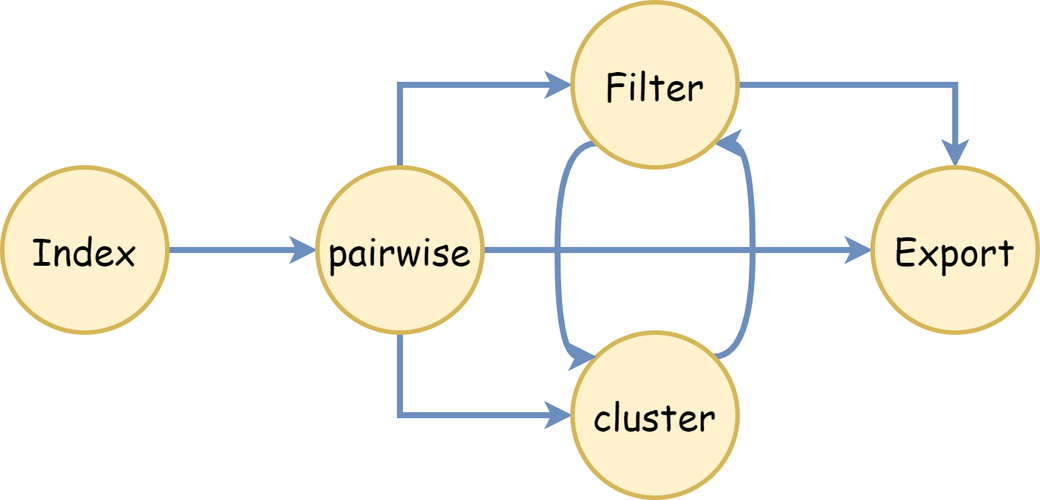
Before: docs/usage/dbretina_chain.png, a diagram exported from draw.io (DBRetina/docs). Source tidied: cells renumbered, new cells last; positions are measured from the earlier drawing's top-left corner, leaving out a move shared by most shapes.
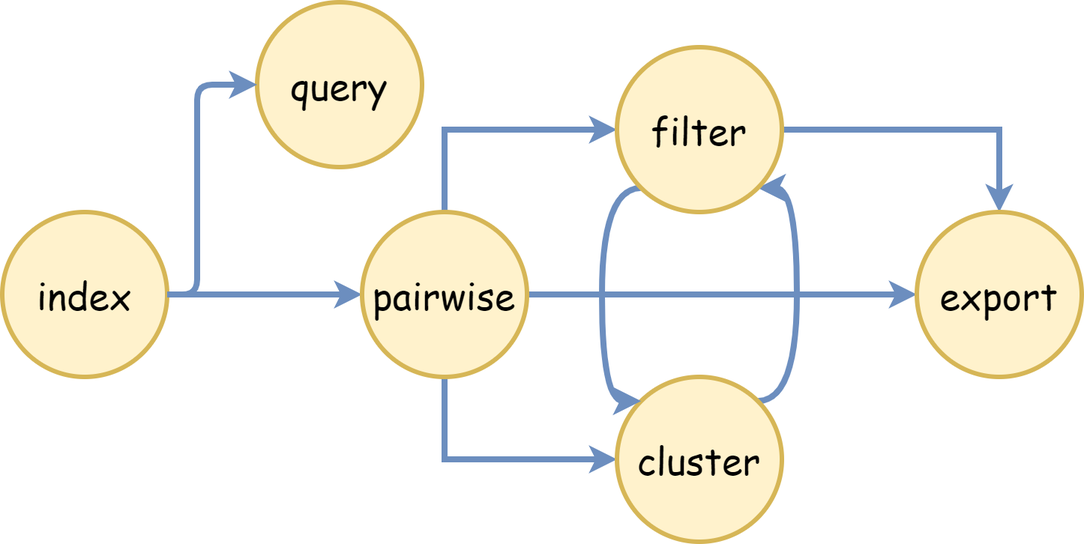
Later version of the same file.

Commit message:
chain diagram

What changed in the source:
```diff
@@ -5,8 +5,8 @@
     <mxCell id="2" style="edgeStyle=orthogonalEdgeStyle;rounded=1;jettySize=auto;html=1;fontSize=38;fontStyle=1;labelBackgroundColor=none;fontColor=default;strokeWidth=4;fillColor=#dae8fc;strokeColor=#6c8ebf;fontFamily=Comic Sans MS;" parent="1" edge="1" source="3" target="7">
       <mxGeometry relative="1" as="geometry" />
     </mxCell>
-    <mxCell id="3" value="&lt;font&gt;Index&lt;/font&gt;" style="ellipse;whiteSpace=wrap;html=1;strokeWidth=3;fontSize=25;rounded=1;labelBackgroundColor=none;fillColor=#fff2cc;strokeColor=#d6b656;fontFamily=Comic Sans MS;" parent="1" vertex="1">
-      <mxGeometry y="110" width="110" height="110" as="geometry" />
+    <mxCell id="3" value="&lt;font&gt;index&lt;/font&gt;" style="ellipse;whiteSpace=wrap;html=1;strokeWidth=3;fontSize=25;rounded=1;labelBackgroundColor=none;fillColor=#fff2cc;strokeColor=#d6b656;fontFamily=Comic Sans MS;" parent="1" vertex="1">
+      <mxGeometry x="-30" y="110" width="110" height="110" as="geometry" />
     </mxCell>
     <mxCell id="4" style="edgeStyle=orthogonalEdgeStyle;rounded=0;hachureGap=4;jettySize=auto;html=1;exitX=0.5;exitY=0;exitDx=0;exitDy=0;entryX=0;entryY=0.5;entryDx=0;entryDy=0;fontFamily=Comic Sans MS;fontSize=16;strokeWidth=4;fillColor=#dae8fc;strokeColor=#6c8ebf;" parent="1" edge="1" source="7" target="12">
       <mxGeometry relative="1" as="geometry" />
@@ -42,11 +42,22 @@
     <mxCell id="11" style="edgeStyle=orthogonalEdgeStyle;rounded=0;hachureGap=4;jettySize=auto;html=1;exitX=1;exitY=0.5;exitDx=0;exitDy=0;entryX=0.5;entryY=0;entryDx=0;entryDy=0;strokeColor=#6c8ebf;fontFamily=Comic Sans MS;fontSize=16;strokeWidth=4;fillColor=#dae8fc;" parent="1" edge="1" source="12" target="13">
       <mxGeometry relative="1" as="geometry" />
     </mxCell>
-    <mxCell id="12" value="Filter" style="ellipse;whiteSpace=wrap;html=1;strokeWidth=3;fontSize=25;rounded=1;labelBackgroundColor=none;fillColor=#fff2cc;strokeColor=#d6b656;fontFamily=Comic Sans MS;" parent="1" vertex="1">
+    <mxCell id="12" value="filter" style="ellipse;whiteSpace=wrap;html=1;strokeWidth=3;fontSize=25;rounded=1;labelBackgroundColor=none;fillColor=#fff2cc;strokeColor=#d6b656;fontFamily=Comic Sans MS;" parent="1" vertex="1">
       <mxGeometry x="380" width="110" height="110" as="geometry" />
     </mxCell>
-    <mxCell id="13" value="Export" style="ellipse;whiteSpace=wrap;html=1;strokeWidth=3;fontSize=25;rounded=1;labelBackgroundColor=none;fillColor=#fff2cc;strokeColor=#d6b656;fontFamily=Comic Sans MS;" parent="1" vertex="1">
+    <mxCell id="13" value="export" style="ellipse;whiteSpace=wrap;html=1;strokeWidth=3;fontSize=25;rounded=1;labelBackgroundColor=none;fillColor=#fff2cc;strokeColor=#d6b656;fontFamily=Comic Sans MS;" parent="1" vertex="1">
       <mxGeometry x="580" y="110" width="110" height="110" as="geometry" />
     </mxCell>
+    <mxCell id="14" value="query" style="ellipse;whiteSpace=wrap;html=1;strokeWidth=3;fontSize=25;rounded=1;labelBackgroundColor=none;fillColor=#fff2cc;strokeColor=#d6b656;fontFamily=Comic Sans MS;" parent="1" vertex="1">
+      <mxGeometry x="140" y="-30" width="110" height="110" as="geometry" />
+    </mxCell>
+    <mxCell id="15" style="edgeStyle=orthogonalEdgeStyle;rounded=1;jettySize=auto;html=1;fontSize=38;fontStyle=1;labelBackgroundColor=none;fontColor=default;strokeWidth=4;fillColor=#dae8fc;strokeColor=#6c8ebf;fontFamily=Comic Sans MS;exitX=1;exitY=0.5;exitDx=0;exitDy=0;entryX=0;entryY=0.5;entryDx=0;entryDy=0;" parent="1" edge="1" source="3" target="14">
+      <mxGeometry relative="1" as="geometry">
+        <Array as="points">
+          <mxPoint x="100" y="165" />
+          <mxPoint x="100" y="25" />
+        </Array>
+      </mxGeometry>
+    </mxCell>
   </root>
 </mxGraphModel>
```
